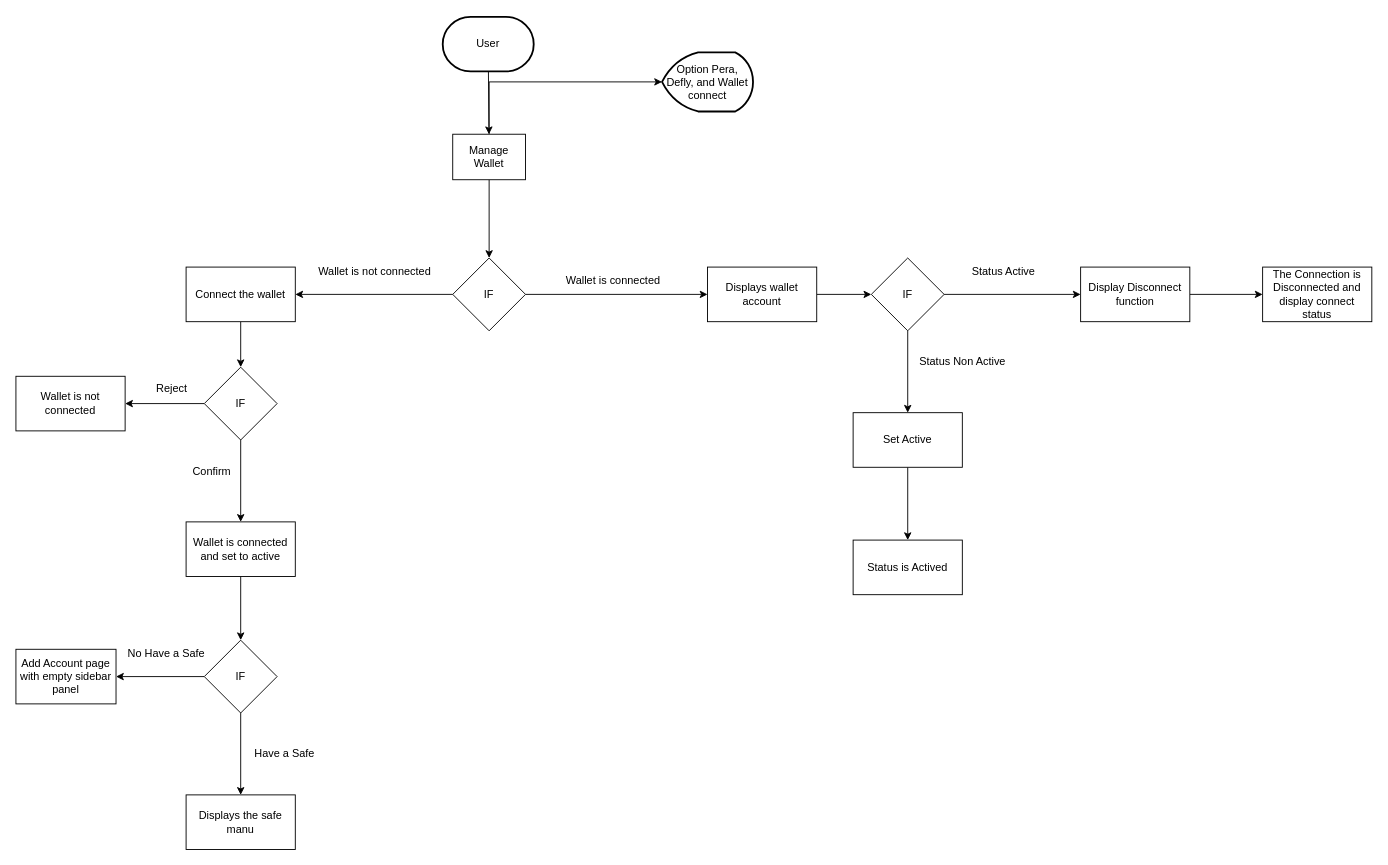
Earlier version of the draw.io diagram page "Manage Wallet" (1 of 2) of AlgoSafe.drawio (RotamaPandi/AlgoSafe_WorkFlow). Source tidied: cells renumbered, new cells numbered last; positions are measured from the earlier drawing's top-left corner, leaving out a move shared by most shapes. Both pictures are drawn from the tidied source at 91%, with x=0, y=0 at pixel (15, 16).
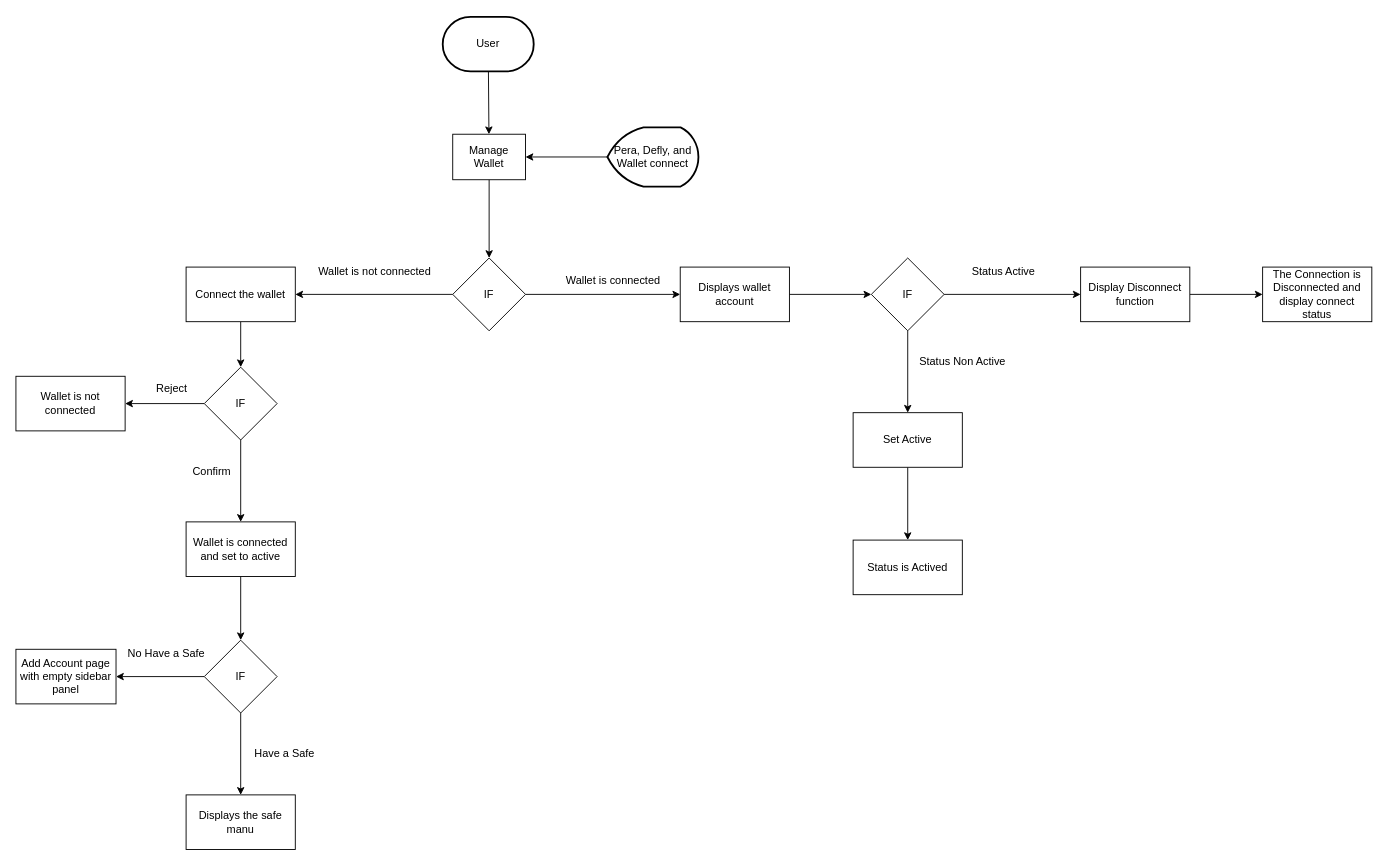
The same page after the edit.

Unchanged cells that the change refers to:
```xml
<mxCell id="4" value="Manage Wallet" style="rounded=0;whiteSpace=wrap;html=1;" parent="1" vertex="1">
  <mxGeometry x="480" y="129" width="80" height="50" as="geometry" />
</mxCell>
```

Change to the diagram source:
```diff
@@
-    <mxCell id="2" style="edgeStyle=orthogonalEdgeStyle;rounded=0;jettySize=auto;html=1;entryX=0;entryY=0.5;entryDx=0;entryDy=0;entryPerimeter=0;" parent="1" edge="1" source="4" target="7">
-      <mxGeometry relative="1" as="geometry">
-        <Array as="points">
-          <mxPoint x="520" y="72" />
-        </Array>
-      </mxGeometry>
-    </mxCell>
@@
+    <mxCell id="43" style="edgeStyle=orthogonalEdgeStyle;rounded=0;jettySize=auto;html=1;entryX=1;entryY=0.5;entryDx=0;entryDy=0;" parent="1" edge="1" source="7" target="4">
+      <mxGeometry relative="1" as="geometry" />
+    </mxCell>
-    <mxCell id="7" value="Option Pera, Defly, and Wallet connect" style="strokeWidth=2;html=1;shape=mxgraph.flowchart.display;whiteSpace=wrap;" parent="1" vertex="1">
-      <mxGeometry x="710" y="39" width="100" height="65" as="geometry" />
+    <mxCell id="7" value="Pera, Defly, and Wallet connect" style="strokeWidth=2;html=1;shape=mxgraph.flowchart.display;whiteSpace=wrap;" parent="1" vertex="1">
+      <mxGeometry x="650" y="121.5" width="100" height="65" as="geometry" />
     </mxCell>
@@
     <mxCell id="29" value="Displays wallet account" style="whiteSpace=wrap;html=1;rounded=0;" parent="1" vertex="1">
-      <mxGeometry x="760" y="275" width="120" height="60" as="geometry" />
+      <mxGeometry x="730" y="275" width="120" height="60" as="geometry" />
     </mxCell>
```
